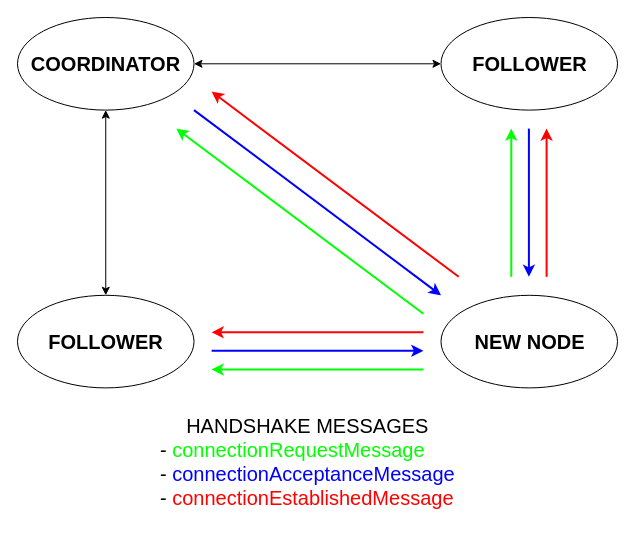
JHostalek/hostaja1_LE_Bully_Python-sockets_dist-computation keeps this draw.io diagram as doc/election.drawio. Above is the earlier version. Source tidied: cells renumbered, new cells numbered last; positions are measured from the earlier drawing's top-left corner, leaving out a move shared by most shapes. Both pictures are drawn from the tidied source at 100%, with x=0, y=0 at pixel (17, 17).
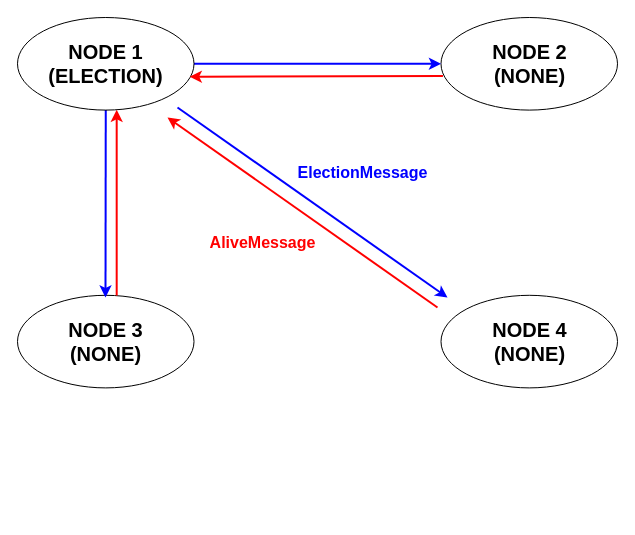
Above is the later version.

Diff of the diagram source:
```diff
@@
-    <mxCell id="2" style="group;" parent="1" vertex="1">
-      <mxGeometry width="600" height="500" as="geometry" />
-    </mxCell>
-    <mxCell id="3" value="&lt;b&gt;&lt;font style=&quot;font-size: 20px;&quot;&gt;COORDINATOR&lt;/font&gt;&lt;/b&gt;" style="ellipse;whiteSpace=wrap;html=1;" parent="2" vertex="1">
-      <mxGeometry width="176.5" height="92.6" as="geometry" />
-    </mxCell>
-    <mxCell id="4" value="&lt;b&gt;&lt;font style=&quot;font-size: 20px;&quot;&gt;FOLLOWER&lt;/font&gt;&lt;/b&gt;" style="ellipse;whiteSpace=wrap;html=1;" parent="2" vertex="1">
+    <mxCell id="4" value="&lt;b&gt;&lt;font style=&quot;font-size: 20px;&quot;&gt;NODE 2&lt;br&gt;(NONE)&lt;br&gt;&lt;/font&gt;&lt;/b&gt;" style="ellipse;whiteSpace=wrap;html=1;" parent="1" vertex="1">
       <mxGeometry x="423.5" width="176.5" height="92.6" as="geometry" />
     </mxCell>
-    <mxCell id="5" value="&lt;b&gt;&lt;font style=&quot;font-size: 20px;&quot;&gt;FOLLOWER&lt;/font&gt;&lt;/b&gt;" style="ellipse;whiteSpace=wrap;html=1;" parent="2" vertex="1">
+    <mxCell id="5" value="&lt;b style=&quot;border-color: var(--border-color);&quot;&gt;&lt;font style=&quot;border-color: var(--border-color); font-size: 20px;&quot;&gt;NODE 3&lt;br style=&quot;border-color: var(--border-color);&quot;&gt;(NONE)&lt;/font&gt;&lt;/b&gt;" style="ellipse;whiteSpace=wrap;html=1;" parent="1" vertex="1">
       <mxGeometry y="277.8" width="176.5" height="92.6" as="geometry" />
     </mxCell>
-    <mxCell id="6" value="&lt;b&gt;&lt;font style=&quot;font-size: 20px;&quot;&gt;NEW NODE&lt;/font&gt;&lt;/b&gt;" style="ellipse;whiteSpace=wrap;html=1;" parent="2" vertex="1">
+    <mxCell id="6" value="&lt;b style=&quot;border-color: var(--border-color);&quot;&gt;&lt;font style=&quot;border-color: var(--border-color); font-size: 20px;&quot;&gt;NODE 4&lt;br style=&quot;border-color: var(--border-color);&quot;&gt;(NONE)&lt;/font&gt;&lt;/b&gt;" style="ellipse;whiteSpace=wrap;html=1;" parent="1" vertex="1">
       <mxGeometry x="423.5" y="277.8" width="176.5" height="92.6" as="geometry" />
     </mxCell>
+    <mxCell id="18" style="endArrow=classic;html=1;rounded=0;strokeColor=#FF0000;strokeWidth=2;" parent="1" edge="1">
+      <mxGeometry x="0.25" y="-10" relative="1" as="geometry">
+        <mxPoint x="420" y="290" as="sourcePoint" />
+        <mxPoint x="150" y="100" as="targetPoint" />
+      </mxGeometry>
+    </mxCell>
+    <mxCell id="19" style="endArrow=classic;html=1;rounded=0;strokeColor=#0000FF;strokeWidth=2;exitX=0.5;exitY=1;exitDx=0;exitDy=0;" parent="1" edge="1" source="3">
+      <mxGeometry relative="1" as="geometry">
+        <mxPoint x="88" y="280" as="targetPoint" />
+      </mxGeometry>
+    </mxCell>
+    <mxCell id="20" style="endArrow=classic;html=1;rounded=0;strokeColor=#0000FF;strokeWidth=2;exitX=1;exitY=0.5;exitDx=0;exitDy=0;entryX=0;entryY=0.5;entryDx=0;entryDy=0;" parent="1" edge="1" source="3" target="4">
+      <mxGeometry relative="1" as="geometry" />
+    </mxCell>
+    <mxCell id="21" style="endArrow=classic;html=1;rounded=0;strokeColor=#0000FF;strokeWidth=2;startArrow=none;" parent="1" edge="1">
+      <mxGeometry relative="1" as="geometry">
+        <mxPoint x="160" y="90" as="sourcePoint" />
+        <mxPoint x="430" y="280" as="targetPoint" />
+      </mxGeometry>
+    </mxCell>
+    <mxCell id="22" value="&lt;b&gt;&lt;font style=&quot;font-size: 16px;&quot; color=&quot;#0000ff&quot;&gt;ElectionMessage&lt;/font&gt;&lt;/b&gt;" style="text;html=1;align=center;verticalAlign=middle;strokeColor=none;fillColor=none;" parent="1" vertex="1">
+      <mxGeometry x="270" y="140" width="150" height="30" as="geometry" />
+    </mxCell>
+    <mxCell id="3" value="&lt;span style=&quot;font-size: 20px;&quot;&gt;&lt;b&gt;NODE 1&lt;br&gt;(ELECTION)&lt;br&gt;&lt;/b&gt;&lt;/span&gt;" style="ellipse;whiteSpace=wrap;html=1;" parent="1" vertex="1">
+      <mxGeometry width="176.5" height="92.6" as="geometry" />
+    </mxCell>
+    <mxCell id="23" style="endArrow=none;html=1;rounded=0;strokeColor=#0000FF;strokeWidth=2;" parent="1" edge="1" target="3">
+      <mxGeometry relative="1" as="geometry">
+        <mxPoint x="150" y="80" as="sourcePoint" />
+      </mxGeometry>
+    </mxCell>
+    <mxCell id="24" value="&lt;span style=&quot;font-size: 16px;&quot;&gt;&lt;b style=&quot;&quot;&gt;&lt;font color=&quot;#ff0000&quot;&gt;AliveMessage&lt;/font&gt;&lt;/b&gt;&lt;/span&gt;" style="text;html=1;align=center;verticalAlign=middle;strokeColor=none;fillColor=none;" parent="1" vertex="1">
+      <mxGeometry x="180" y="210" width="130" height="30" as="geometry" />
+    </mxCell>
+    <mxCell id="8" style="endArrow=classic;html=1;rounded=0;strokeColor=#FF0000;strokeWidth=2;entryX=0.562;entryY=0.997;entryDx=0;entryDy=0;entryPerimeter=0;exitX=0.562;exitY=0.002;exitDx=0;exitDy=0;exitPerimeter=0;" parent="1" edge="1" source="5" target="3">
+      <mxGeometry x="0.25" y="-10" relative="1" as="geometry" />
+    </mxCell>
-    <mxCell id="7" style="endArrow=classic;startArrow=classic;html=1;rounded=0;entryX=1;entryY=0.5;entryDx=0;entryDy=0;exitX=0;exitY=0.5;exitDx=0;exitDy=0;" parent="2" edge="1" source="4" target="3">
-      <mxGeometry relative="1" as="geometry" />
+    <mxCell id="7" style="endArrow=classic;html=1;rounded=0;strokeColor=#FF0000;strokeWidth=2;entryX=0.976;entryY=0.639;entryDx=0;entryDy=0;entryPerimeter=0;exitX=0.011;exitY=0.633;exitDx=0;exitDy=0;exitPerimeter=0;" parent="1" edge="1" source="4" target="3">
+      <mxGeometry x="0.25" y="-10" relative="1" as="geometry" />
     </mxCell>
-    <mxCell id="8" style="endArrow=classic;startArrow=classic;html=1;rounded=0;entryX=0.5;entryY=1;entryDx=0;entryDy=0;exitX=0.5;exitY=0;exitDx=0;exitDy=0;" parent="2" edge="1" source="5" target="3">
-      <mxGeometry relative="1" as="geometry" />
-    </mxCell>
-    <mxCell id="9" style="endArrow=classic;html=1;rounded=0;exitX=0.5;exitY=0;exitDx=0;exitDy=0;strokeColor=#00FF00;strokeWidth=2;" parent="2" edge="1">
-      <mxGeometry relative="1" as="geometry">
-        <mxPoint x="493.8" y="259.3" as="sourcePoint" />
-        <mxPoint x="493.8" y="111.1" as="targetPoint" />
-      </mxGeometry>
-    </mxCell>
-    <mxCell id="10" value="&lt;div style=&quot;text-align: center; font-size: 20px;&quot;&gt;&lt;font style=&quot;font-size: 20px;&quot;&gt;HANDSHAKE MESSAGES&lt;/font&gt;&lt;/div&gt;&lt;div style=&quot;font-size: 20px;&quot;&gt;&lt;font style=&quot;font-size: 20px;&quot;&gt;&lt;span style=&quot;background-color: initial;&quot;&gt;- &lt;/span&gt;&lt;font style=&quot;background-color: initial; font-size: 20px;&quot; color=&quot;#00ff00&quot;&gt;connectionRequestMessage&lt;/font&gt;&lt;/font&gt;&lt;/div&gt;&lt;font style=&quot;font-size: 20px;&quot;&gt;- &lt;font style=&quot;font-size: 20px;&quot; color=&quot;#0000ff&quot;&gt;connectionAcceptanceMessage&lt;br&gt;&lt;/font&gt;- &lt;font style=&quot;font-size: 20px;&quot; color=&quot;#ff0000&quot;&gt;connectionEstablishedMessage&lt;/font&gt;&lt;/font&gt;" style="strokeWidth=2;html=1;shape=mxgraph.flowchart.annotation_1;align=left;strokeColor=none;" parent="2" vertex="1">
-      <mxGeometry x="141.2" y="388.9" width="317.6" height="111.1" as="geometry" />
-    </mxCell>
-    <mxCell id="11" style="endArrow=classic;html=1;rounded=0;strokeColor=#0000FF;strokeWidth=2;" parent="2" edge="1">
-      <mxGeometry relative="1" as="geometry">
-        <mxPoint x="511.4" y="111.1" as="sourcePoint" />
-        <mxPoint x="511.4" y="259.3" as="targetPoint" />
-      </mxGeometry>
-    </mxCell>
-    <mxCell id="12" style="endArrow=classic;html=1;rounded=0;exitX=0.5;exitY=0;exitDx=0;exitDy=0;strokeColor=#FF0000;strokeWidth=2;" parent="2" edge="1">
-      <mxGeometry x="0.25" y="-10" relative="1" as="geometry">
-        <mxPoint x="529.1" y="259.3" as="sourcePoint" />
-        <mxPoint x="529.1" y="111.1" as="targetPoint" />
-      </mxGeometry>
-    </mxCell>
-    <mxCell id="13" style="endArrow=classic;html=1;rounded=0;strokeColor=#00FF00;strokeWidth=2;" parent="2" edge="1">
-      <mxGeometry relative="1" as="geometry">
-        <mxPoint x="405.9" y="296.3" as="sourcePoint" />
-        <mxPoint x="158.8" y="111.1" as="targetPoint" />
-      </mxGeometry>
-    </mxCell>
-    <mxCell id="14" style="endArrow=classic;html=1;rounded=0;strokeColor=#0000FF;strokeWidth=2;" parent="2" edge="1">
-      <mxGeometry relative="1" as="geometry">
-        <mxPoint x="176.5" y="92.6" as="sourcePoint" />
-        <mxPoint x="423.5" y="277.8" as="targetPoint" />
-      </mxGeometry>
-    </mxCell>
-    <mxCell id="15" style="endArrow=classic;html=1;rounded=0;strokeColor=#FF0000;strokeWidth=2;" parent="2" edge="1">
-      <mxGeometry x="0.25" y="-10" relative="1" as="geometry">
-        <mxPoint x="441.2" y="259.3" as="sourcePoint" />
-        <mxPoint x="194.1" y="74.1" as="targetPoint" />
-      </mxGeometry>
-    </mxCell>
-    <mxCell id="16" style="endArrow=classic;html=1;rounded=0;strokeColor=#00FF00;strokeWidth=2;" parent="2" edge="1">
-      <mxGeometry relative="1" as="geometry">
-        <mxPoint x="405.9" y="351.9" as="sourcePoint" />
-        <mxPoint x="194.1" y="351.9" as="targetPoint" />
-      </mxGeometry>
-    </mxCell>
-    <mxCell id="17" style="endArrow=classic;html=1;rounded=0;strokeColor=#0000FF;strokeWidth=2;" parent="2" edge="1">
-      <mxGeometry relative="1" as="geometry">
-        <mxPoint x="194.1" y="333.3" as="sourcePoint" />
-        <mxPoint x="405.9" y="333.3" as="targetPoint" />
-      </mxGeometry>
-    </mxCell>
-    <mxCell id="18" style="endArrow=classic;html=1;rounded=0;strokeColor=#FF0000;strokeWidth=2;" parent="2" edge="1">
-      <mxGeometry x="0.25" y="-10" relative="1" as="geometry">
-        <mxPoint x="405.9" y="314.8" as="sourcePoint" />
-        <mxPoint x="194.1" y="314.8" as="targetPoint" />
-      </mxGeometry>
-    </mxCell>
```
